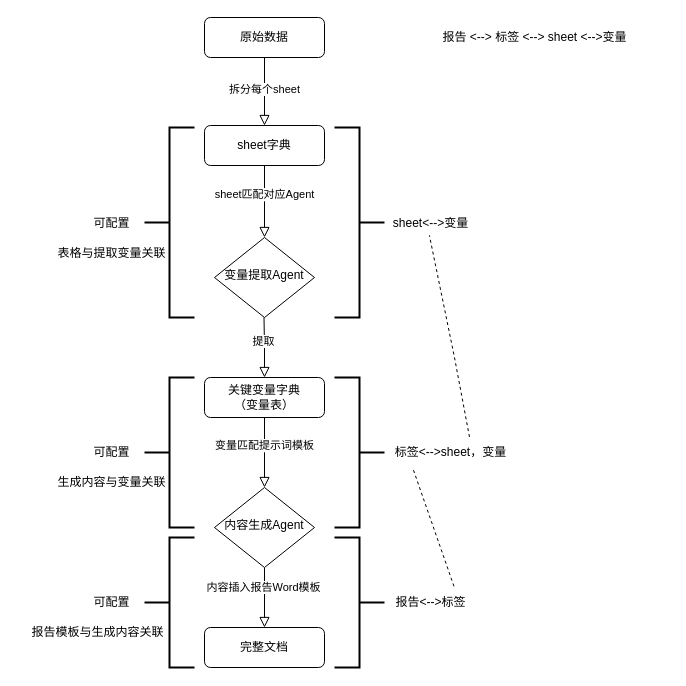
The draw.io diagram 技术实施路径.drawio in prograper/report_gen, before the edit. Source tidied: cells renumbered, new cells numbered last; positions are measured from the earlier drawing's top-left corner, leaving out a move shared by most shapes. Both pictures are drawn from the tidied source at 100%, with x=0, y=0 at pixel (17, 17).
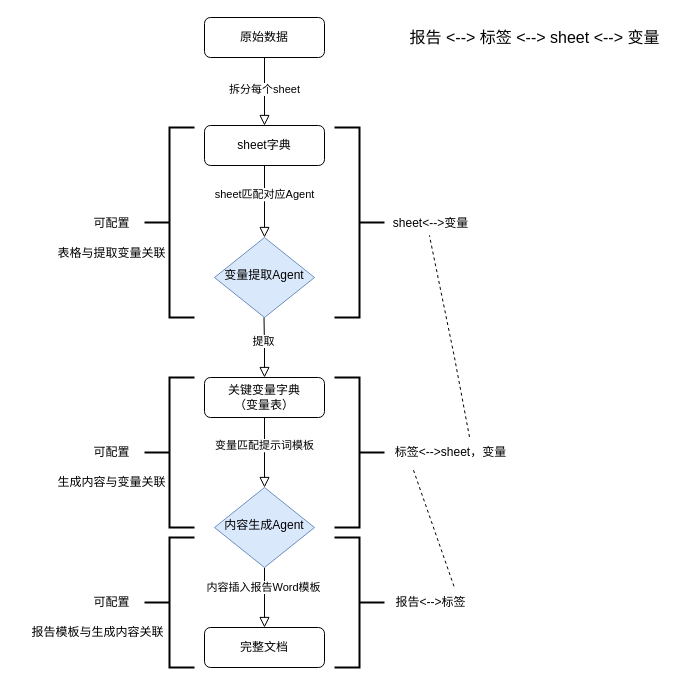
The same page after the edit.

Commit message:
标注流程示意图中AI生成节点

The edit, as a diff of the source:
```diff
@@
-    <mxCell id="10" value="内容生成Agent" style="rhombus;whiteSpace=wrap;html=1;shadow=0;fontFamily=Helvetica;fontSize=12;align=center;strokeWidth=1;spacing=6;spacingTop=-4;" parent="1" vertex="1">
+    <mxCell id="10" value="内容生成Agent" style="rhombus;whiteSpace=wrap;html=1;shadow=0;fontFamily=Helvetica;fontSize=12;align=center;strokeWidth=1;spacing=6;spacingTop=-4;fillColor=#dae8fc;strokeColor=#6c8ebf;" parent="1" vertex="1">
       <mxGeometry x="197" y="470" width="100" height="80" as="geometry" />
     </mxCell>
@@
-    <mxCell id="12" value="变量提取Agent" style="rhombus;whiteSpace=wrap;html=1;shadow=0;fontFamily=Helvetica;fontSize=12;align=center;strokeWidth=1;spacing=6;spacingTop=-4;" parent="1" vertex="1">
+    <mxCell id="12" value="变量提取Agent" style="rhombus;whiteSpace=wrap;html=1;shadow=0;fontFamily=Helvetica;fontSize=12;align=center;strokeWidth=1;spacing=6;spacingTop=-4;fillColor=#dae8fc;strokeColor=#6c8ebf;" parent="1" vertex="1">
       <mxGeometry x="197" y="220" width="100" height="80" as="geometry" />
     </mxCell>
@@
-    <mxCell id="24" value="报告 &amp;lt;--&amp;gt; 标签 &amp;lt;--&amp;gt; sheet &amp;lt;--&amp;gt;变量" style="text;html=1;align=center;verticalAlign=middle;strokeColor=none;fillColor=none;" parent="1" vertex="1">
-      <mxGeometry x="412" y="5" width="210" height="30" as="geometry" />
+    <mxCell id="24" value="报告 &amp;lt;--&amp;gt; 标签 &amp;lt;--&amp;gt; sheet &amp;lt;--&amp;gt; 变量" style="text;html=1;align=center;verticalAlign=middle;strokeColor=none;fillColor=none;fontSize=16;" parent="1" vertex="1">
+      <mxGeometry x="382" y="5" width="270" height="30" as="geometry" />
     </mxCell>
```
